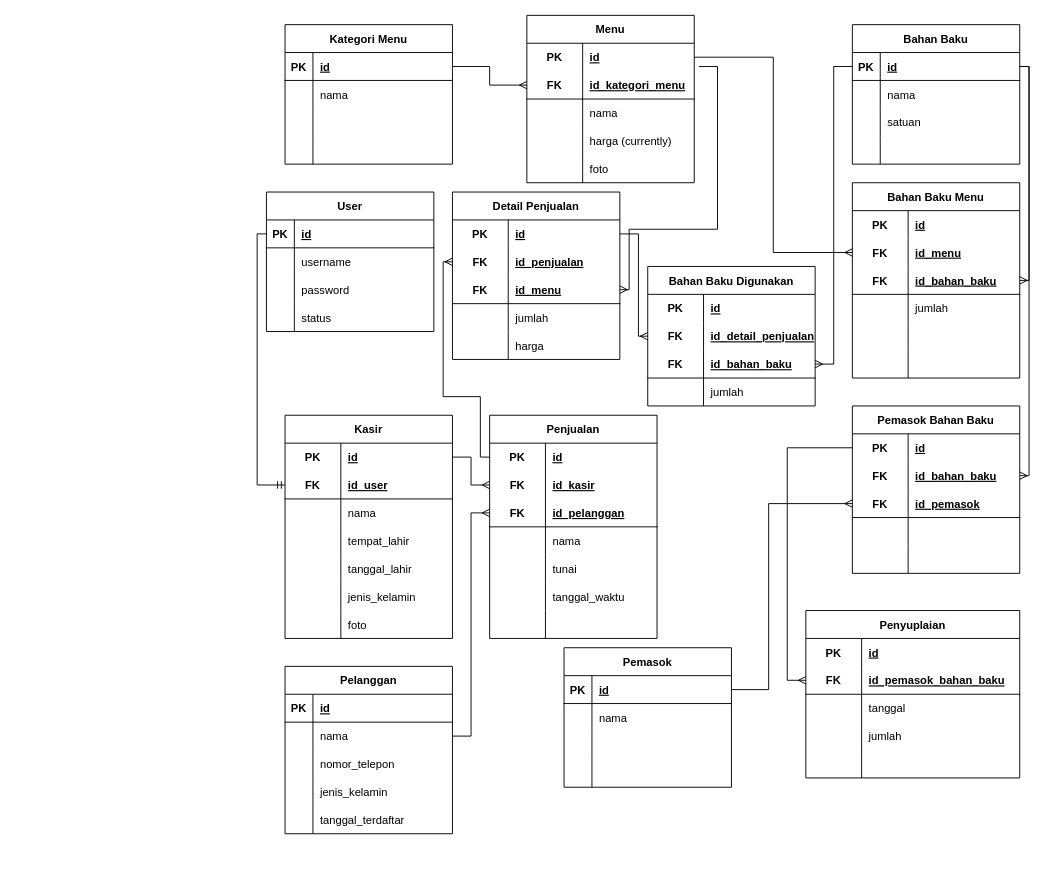
This is database/Database Schema.drawio from yafizh/Majelis-Kopi-PKL, a draw.io file, before an edit. Source tidied: cells renumbered, new cells numbered last; positions are measured from the earlier drawing's top-left corner, leaving out a move shared by most shapes. Both pictures are drawn from the tidied source at 93%, with x=0, y=0 at pixel (257, 15).
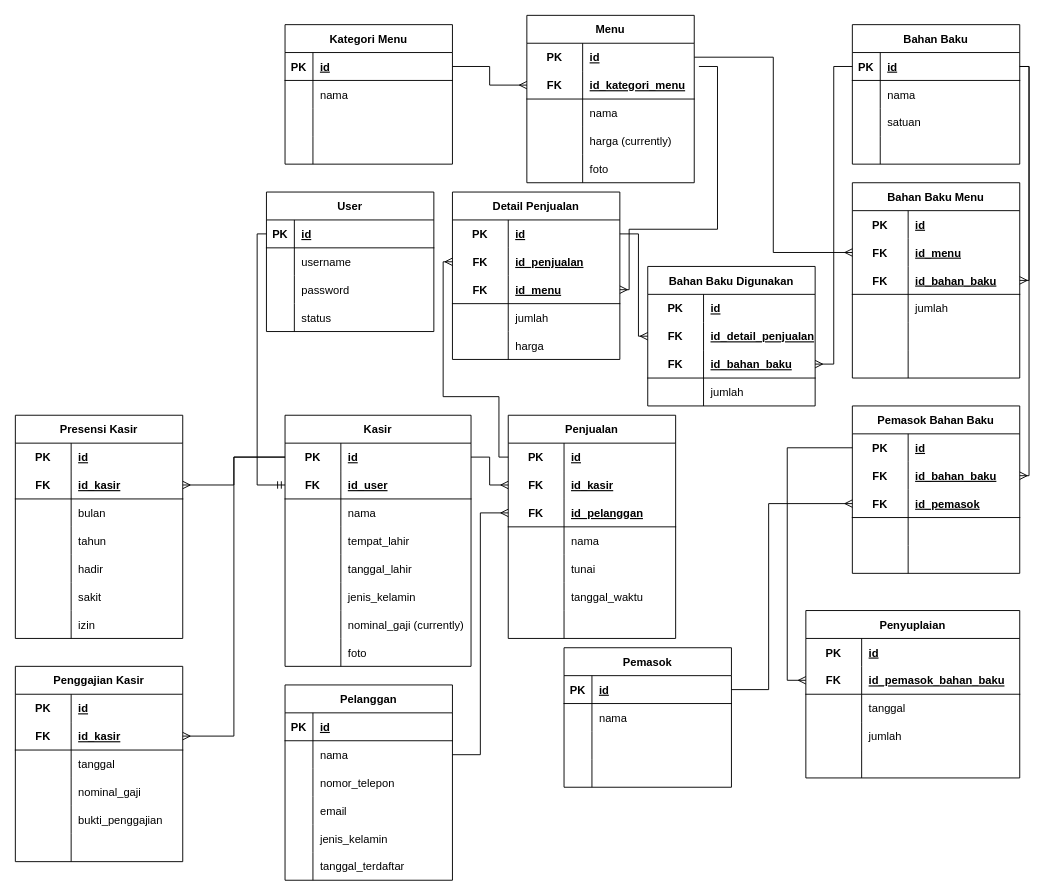
After the change.

Commit message (it also covers changes not shown here):
new database schema for thesis

Unchanged cells that the change refers to:
```xml
<mxCell id="67" style="shape=tableRow;horizontal=0;startSize=0;swimlaneHead=0;swimlaneBody=0;fillColor=none;points=[[0,0.5],[1,0.5]];portConstraint=eastwest;top=0;left=0;right=0;bottom=0;" parent="66" vertex="1">
  <mxGeometry y="30" width="180" height="30" as="geometry" />
</mxCell>
<mxCell id="178" style="shape=tableRow;horizontal=0;startSize=0;swimlaneHead=0;swimlaneBody=0;fillColor=none;points=[[0,0.5],[1,0.5]];portConstraint=eastwest;top=0;left=0;right=0;bottom=0;" parent="174" vertex="1">
  <mxGeometry y="60" width="180" height="30" as="geometry" />
</mxCell>
```

The edit, as a diff of the source:
```diff
@@
     <mxCell id="44" value="Kasir" style="shape=table;startSize=30;childLayout=tableLayout;rowLines=0;fontStyle=1;align=center;" parent="1" vertex="1">
-      <mxGeometry x="30" y="430" width="180" height="240" as="geometry" />
+      <mxGeometry x="30" y="430" width="200" height="270" as="geometry" />
     </mxCell>
     <mxCell id="45" style="shape=tableRow;horizontal=0;startSize=0;swimlaneHead=0;swimlaneBody=0;fillColor=none;points=[[0,0.5],[1,0.5]];portConstraint=eastwest;top=0;left=0;right=0;bottom=0;" parent="44" vertex="1">
-      <mxGeometry y="30" width="180" height="30" as="geometry" />
+      <mxGeometry y="30" width="200" height="30" as="geometry" />
     </mxCell>
@@
     <mxCell id="47" value="id" style="shape=partialRectangle;fillColor=none;top=0;left=0;bottom=0;right=0;align=left;spacingLeft=6;fontStyle=5;overflow=hidden;" parent="45" vertex="1">
-      <mxGeometry x="60" width="120" height="30" as="geometry" />
+      <mxGeometry x="60" width="140" height="30" as="geometry" />
     </mxCell>
     <mxCell id="48" style="shape=tableRow;horizontal=0;startSize=0;swimlaneHead=0;swimlaneBody=0;fillColor=none;points=[[0,0.5],[1,0.5]];portConstraint=eastwest;top=0;left=0;right=0;bottom=1;" parent="44" vertex="1">
-      <mxGeometry y="60" width="180" height="30" as="geometry" />
+      <mxGeometry y="60" width="200" height="30" as="geometry" />
     </mxCell>
@@
     <mxCell id="50" value="id_user" style="shape=partialRectangle;fillColor=none;top=0;left=0;bottom=0;right=0;align=left;spacingLeft=6;fontStyle=5;overflow=hidden;" parent="48" vertex="1">
-      <mxGeometry x="60" width="120" height="30" as="geometry" />
+      <mxGeometry x="60" width="140" height="30" as="geometry" />
     </mxCell>
     <mxCell id="51" style="shape=tableRow;horizontal=0;startSize=0;swimlaneHead=0;swimlaneBody=0;fillColor=none;top=0;left=0;right=0;bottom=0;" parent="44" vertex="1">
-      <mxGeometry y="90" width="180" height="30" as="geometry" />
+      <mxGeometry y="90" width="200" height="30" as="geometry" />
     </mxCell>
@@
     <mxCell id="53" value="nama" style="shape=partialRectangle;fillColor=none;top=0;left=0;bottom=0;right=0;align=left;spacingLeft=6;overflow=hidden;" parent="51" vertex="1">
-      <mxGeometry x="60" width="120" height="30" as="geometry" />
+      <mxGeometry x="60" width="140" height="30" as="geometry" />
     </mxCell>
     <mxCell id="54" style="shape=tableRow;horizontal=0;startSize=0;swimlaneHead=0;swimlaneBody=0;fillColor=none;top=0;left=0;right=0;bottom=0;" parent="44" vertex="1">
-      <mxGeometry y="120" width="180" height="30" as="geometry" />
+      <mxGeometry y="120" width="200" height="30" as="geometry" />
     </mxCell>
@@
     <mxCell id="56" value="tempat_lahir" style="shape=partialRectangle;fillColor=none;top=0;left=0;bottom=0;right=0;align=left;spacingLeft=6;overflow=hidden;" parent="54" vertex="1">
-      <mxGeometry x="60" width="120" height="30" as="geometry" />
+      <mxGeometry x="60" width="140" height="30" as="geometry" />
     </mxCell>
     <mxCell id="57" style="shape=tableRow;horizontal=0;startSize=0;swimlaneHead=0;swimlaneBody=0;fillColor=none;top=0;left=0;right=0;bottom=0;" parent="44" vertex="1">
-      <mxGeometry y="150" width="180" height="30" as="geometry" />
+      <mxGeometry y="150" width="200" height="30" as="geometry" />
     </mxCell>
@@
     <mxCell id="59" value="tanggal_lahir" style="shape=partialRectangle;fillColor=none;top=0;left=0;bottom=0;right=0;align=left;spacingLeft=6;overflow=hidden;" parent="57" vertex="1">
-      <mxGeometry x="60" width="120" height="30" as="geometry" />
+      <mxGeometry x="60" width="140" height="30" as="geometry" />
     </mxCell>
     <mxCell id="60" style="shape=tableRow;horizontal=0;startSize=0;swimlaneHead=0;swimlaneBody=0;fillColor=none;top=0;left=0;right=0;bottom=0;" parent="44" vertex="1">
-      <mxGeometry y="180" width="180" height="30" as="geometry" />
+      <mxGeometry y="180" width="200" height="30" as="geometry" />
     </mxCell>
@@
     <mxCell id="62" value="jenis_kelamin" style="shape=partialRectangle;fillColor=none;top=0;left=0;bottom=0;right=0;align=left;spacingLeft=6;overflow=hidden;" parent="60" vertex="1">
-      <mxGeometry x="60" width="120" height="30" as="geometry" />
+      <mxGeometry x="60" width="140" height="30" as="geometry" />
     </mxCell>
+    <mxCell id="223" style="shape=tableRow;horizontal=0;startSize=0;swimlaneHead=0;swimlaneBody=0;fillColor=none;top=0;left=0;right=0;bottom=0;" parent="44" vertex="1">
+      <mxGeometry y="210" width="200" height="30" as="geometry" />
+    </mxCell>
+    <mxCell id="224" style="shape=partialRectangle;fillColor=none;top=0;left=0;bottom=0;right=0;overflow=hidden;" parent="223" vertex="1">
+      <mxGeometry width="60" height="30" as="geometry" />
+    </mxCell>
+    <mxCell id="225" value="nominal_gaji (currently)" style="shape=partialRectangle;fillColor=none;top=0;left=0;bottom=0;right=0;align=left;spacingLeft=6;overflow=hidden;" parent="223" vertex="1">
+      <mxGeometry x="60" width="140" height="30" as="geometry" />
+    </mxCell>
     <mxCell id="63" style="shape=tableRow;horizontal=0;startSize=0;swimlaneHead=0;swimlaneBody=0;fillColor=none;top=0;left=0;right=0;bottom=0;" parent="44" vertex="1">
-      <mxGeometry y="210" width="180" height="30" as="geometry" />
+      <mxGeometry y="240" width="200" height="30" as="geometry" />
     </mxCell>
@@
     <mxCell id="65" value="foto" style="shape=partialRectangle;fillColor=none;top=0;left=0;bottom=0;right=0;align=left;spacingLeft=6;overflow=hidden;" parent="63" vertex="1">
-      <mxGeometry x="60" width="120" height="30" as="geometry" />
+      <mxGeometry x="60" width="140" height="30" as="geometry" />
     </mxCell>
     <mxCell id="66" value="Penjualan" style="shape=table;startSize=30;childLayout=tableLayout;rowLines=0;fontStyle=1;align=center;" parent="1" vertex="1">
-      <mxGeometry x="250" y="430" width="180" height="240" as="geometry" />
+      <mxGeometry x="270" y="430" width="180" height="240" as="geometry" />
     </mxCell>
@@
     <mxCell id="190" style="edgeStyle=orthogonalEdgeStyle;rounded=0;jettySize=auto;html=1;entryX=0;entryY=0.5;entryDx=0;entryDy=0;endArrow=ERmany;endFill=0;" parent="1" edge="1" source="67" target="178">
       <mxGeometry relative="1" as="geometry">
         <Array as="points">
-          <mxPoint x="240" y="475" />
-          <mxPoint x="240" y="410" />
+          <mxPoint x="260" y="475" />
+          <mxPoint x="260" y="410" />
           <mxPoint x="200" y="410" />
           <mxPoint x="200" y="265" />
         </Array>
       </mxGeometry>
     </mxCell>
@@
     <mxCell id="206" value="Pelanggan" style="shape=table;startSize=30;childLayout=tableLayout;rowLines=0;fontStyle=1;align=center;" parent="1" vertex="1">
-      <mxGeometry x="30" y="700" width="180" height="180" as="geometry" />
+      <mxGeometry x="30" y="720" width="180" height="210" as="geometry" />
     </mxCell>
@@
+    <mxCell id="226" style="shape=tableRow;horizontal=0;startSize=0;swimlaneHead=0;swimlaneBody=0;fillColor=none;top=0;left=0;right=0;bottom=0;" parent="206" vertex="1">
+      <mxGeometry y="120" width="180" height="30" as="geometry" />
+    </mxCell>
+    <mxCell id="227" style="shape=partialRectangle;fillColor=none;top=0;left=0;bottom=0;right=0;overflow=hidden;" parent="226" vertex="1">
+      <mxGeometry width="30" height="30" as="geometry" />
+    </mxCell>
+    <mxCell id="228" value="email" style="shape=partialRectangle;fillColor=none;top=0;left=0;bottom=0;right=0;align=left;spacingLeft=6;overflow=hidden;" parent="226" vertex="1">
+      <mxGeometry x="30" width="150" height="30" as="geometry" />
+    </mxCell>
     <mxCell id="216" style="shape=tableRow;horizontal=0;startSize=0;swimlaneHead=0;swimlaneBody=0;fillColor=none;top=0;left=0;right=0;bottom=0;" parent="206" vertex="1">
-      <mxGeometry y="120" width="180" height="30" as="geometry" />
+      <mxGeometry y="150" width="180" height="30" as="geometry" />
     </mxCell>
@@
     <mxCell id="219" style="shape=tableRow;horizontal=0;startSize=0;swimlaneHead=0;swimlaneBody=0;fillColor=none;top=0;left=0;right=0;bottom=0;" parent="206" vertex="1">
-      <mxGeometry y="150" width="180" height="30" as="geometry" />
+      <mxGeometry y="180" width="180" height="30" as="geometry" />
     </mxCell>
@@
+    <mxCell id="229" value="Presensi Kasir" style="shape=table;startSize=30;childLayout=tableLayout;rowLines=0;fontStyle=1;align=center;" parent="1" vertex="1">
+      <mxGeometry x="-260" y="430" width="180" height="240" as="geometry" />
+    </mxCell>
+    <mxCell id="230" style="shape=tableRow;horizontal=0;startSize=0;swimlaneHead=0;swimlaneBody=0;fillColor=none;top=0;left=0;right=0;bottom=0;" parent="229" vertex="1">
+      <mxGeometry y="30" width="180" height="30" as="geometry" />
+    </mxCell>
+    <mxCell id="231" value="PK" style="shape=partialRectangle;fillColor=none;top=0;left=0;bottom=0;right=0;fontStyle=1;overflow=hidden;" parent="230" vertex="1">
+      <mxGeometry width="60" height="30" as="geometry" />
+    </mxCell>
+    <mxCell id="232" value="id" style="shape=partialRectangle;fillColor=none;top=0;left=0;bottom=0;right=0;align=left;spacingLeft=6;fontStyle=5;overflow=hidden;" parent="230" vertex="1">
+      <mxGeometry x="60" width="120" height="30" as="geometry" />
+    </mxCell>
+    <mxCell id="233" style="shape=tableRow;horizontal=0;startSize=0;swimlaneHead=0;swimlaneBody=0;fillColor=none;points=[[0,0.5],[1,0.5]];portConstraint=eastwest;top=0;left=0;right=0;bottom=1;" parent="229" vertex="1">
+      <mxGeometry y="60" width="180" height="30" as="geometry" />
+    </mxCell>
+    <mxCell id="234" value="FK" style="shape=partialRectangle;fillColor=none;top=0;left=0;bottom=0;right=0;fontStyle=1;overflow=hidden;" parent="233" vertex="1">
+      <mxGeometry width="60" height="30" as="geometry" />
+    </mxCell>
+    <mxCell id="235" value="id_kasir" style="shape=partialRectangle;fillColor=none;top=0;left=0;bottom=0;right=0;align=left;spacingLeft=6;fontStyle=5;overflow=hidden;" parent="233" vertex="1">
+      <mxGeometry x="60" width="120" height="30" as="geometry" />
+    </mxCell>
+    <mxCell id="236" style="shape=tableRow;horizontal=0;startSize=0;swimlaneHead=0;swimlaneBody=0;fillColor=none;top=0;left=0;right=0;bottom=0;" parent="229" vertex="1">
+      <mxGeometry y="90" width="180" height="30" as="geometry" />
+    </mxCell>
+    <mxCell id="237" style="shape=partialRectangle;fillColor=none;top=0;left=0;bottom=0;right=0;overflow=hidden;" parent="236" vertex="1">
+      <mxGeometry width="60" height="30" as="geometry" />
+    </mxCell>
+    <mxCell id="238" value="bulan" style="shape=partialRectangle;fillColor=none;top=0;left=0;bottom=0;right=0;align=left;spacingLeft=6;overflow=hidden;" parent="236" vertex="1">
+      <mxGeometry x="60" width="120" height="30" as="geometry" />
+    </mxCell>
+    <mxCell id="239" style="shape=tableRow;horizontal=0;startSize=0;swimlaneHead=0;swimlaneBody=0;fillColor=none;top=0;left=0;right=0;bottom=0;" parent="229" vertex="1">
+      <mxGeometry y="120" width="180" height="30" as="geometry" />
+    </mxCell>
+    <mxCell id="240" style="shape=partialRectangle;fillColor=none;top=0;left=0;bottom=0;right=0;overflow=hidden;" parent="239" vertex="1">
+      <mxGeometry width="60" height="30" as="geometry" />
+    </mxCell>
+    <mxCell id="241" value="tahun" style="shape=partialRectangle;fillColor=none;top=0;left=0;bottom=0;right=0;align=left;spacingLeft=6;overflow=hidden;" parent="239" vertex="1">
+      <mxGeometry x="60" width="120" height="30" as="geometry" />
+    </mxCell>
+    <mxCell id="242" style="shape=tableRow;horizontal=0;startSize=0;swimlaneHead=0;swimlaneBody=0;fillColor=none;top=0;left=0;right=0;bottom=0;" parent="229" vertex="1">
+      <mxGeometry y="150" width="180" height="30" as="geometry" />
+    </mxCell>
+    <mxCell id="243" style="shape=partialRectangle;fillColor=none;top=0;left=0;bottom=0;right=0;overflow=hidden;" parent="242" vertex="1">
+      <mxGeometry width="60" height="30" as="geometry" />
+    </mxCell>
+    <mxCell id="244" value="hadir" style="shape=partialRectangle;fillColor=none;top=0;left=0;bottom=0;right=0;align=left;spacingLeft=6;overflow=hidden;" parent="242" vertex="1">
+      <mxGeometry x="60" width="120" height="30" as="geometry" />
+    </mxCell>
+    <mxCell id="245" style="shape=tableRow;horizontal=0;startSize=0;swimlaneHead=0;swimlaneBody=0;fillColor=none;top=0;left=0;right=0;bottom=0;" parent="229" vertex="1">
+      <mxGeometry y="180" width="180" height="30" as="geometry" />
+    </mxCell>
+    <mxCell id="246" style="shape=partialRectangle;fillColor=none;top=0;left=0;bottom=0;right=0;overflow=hidden;" parent="245" vertex="1">
+      <mxGeometry width="60" height="30" as="geometry" />
+    </mxCell>
+    <mxCell id="247" value="sakit" style="shape=partialRectangle;fillColor=none;top=0;left=0;bottom=0;right=0;align=left;spacingLeft=6;overflow=hidden;" parent="245" vertex="1">
+      <mxGeometry x="60" width="120" height="30" as="geometry" />
+    </mxCell>
+    <mxCell id="248" style="shape=tableRow;horizontal=0;startSize=0;swimlaneHead=0;swimlaneBody=0;fillColor=none;top=0;left=0;right=0;bottom=0;" parent="229" vertex="1">
+      <mxGeometry y="210" width="180" height="30" as="geometry" />
+    </mxCell>
+    <mxCell id="249" style="shape=partialRectangle;fillColor=none;top=0;left=0;bottom=0;right=0;overflow=hidden;" parent="248" vertex="1">
+      <mxGeometry width="60" height="30" as="geometry" />
+    </mxCell>
+    <mxCell id="250" value="izin" style="shape=partialRectangle;fillColor=none;top=0;left=0;bottom=0;right=0;align=left;spacingLeft=6;overflow=hidden;" parent="248" vertex="1">
+      <mxGeometry x="60" width="120" height="30" as="geometry" />
+    </mxCell>
+    <mxCell id="251" style="edgeStyle=orthogonalEdgeStyle;rounded=0;jettySize=auto;html=1;entryX=1;entryY=0.5;entryDx=0;entryDy=0;endArrow=ERmany;endFill=0;" parent="1" edge="1" source="45" target="233">
+      <mxGeometry relative="1" as="geometry" />
+    </mxCell>
+    <mxCell id="252" value="Penggajian Kasir" style="shape=table;startSize=30;childLayout=tableLayout;rowLines=0;fontStyle=1;align=center;" parent="1" vertex="1">
+      <mxGeometry x="-260" y="700" width="180" height="210" as="geometry" />
+    </mxCell>
+    <mxCell id="253" style="shape=tableRow;horizontal=0;startSize=0;swimlaneHead=0;swimlaneBody=0;fillColor=none;top=0;left=0;right=0;bottom=0;" parent="252" vertex="1">
+      <mxGeometry y="30" width="180" height="30" as="geometry" />
+    </mxCell>
+    <mxCell id="254" value="PK" style="shape=partialRectangle;fillColor=none;top=0;left=0;bottom=0;right=0;fontStyle=1;overflow=hidden;" parent="253" vertex="1">
+      <mxGeometry width="60" height="30" as="geometry" />
+    </mxCell>
+    <mxCell id="255" value="id" style="shape=partialRectangle;fillColor=none;top=0;left=0;bottom=0;right=0;align=left;spacingLeft=6;fontStyle=5;overflow=hidden;" parent="253" vertex="1">
+      <mxGeometry x="60" width="120" height="30" as="geometry" />
+    </mxCell>
+    <mxCell id="256" style="shape=tableRow;horizontal=0;startSize=0;swimlaneHead=0;swimlaneBody=0;fillColor=none;points=[[0,0.5],[1,0.5]];portConstraint=eastwest;top=0;left=0;right=0;bottom=1;" parent="252" vertex="1">
+      <mxGeometry y="60" width="180" height="30" as="geometry" />
+    </mxCell>
+    <mxCell id="257" value="FK" style="shape=partialRectangle;fillColor=none;top=0;left=0;bottom=0;right=0;fontStyle=1;overflow=hidden;" parent="256" vertex="1">
+      <mxGeometry width="60" height="30" as="geometry" />
+    </mxCell>
+    <mxCell id="258" value="id_kasir" style="shape=partialRectangle;fillColor=none;top=0;left=0;bottom=0;right=0;align=left;spacingLeft=6;fontStyle=5;overflow=hidden;" parent="256" vertex="1">
+      <mxGeometry x="60" width="120" height="30" as="geometry" />
+    </mxCell>
+    <mxCell id="259" style="shape=tableRow;horizontal=0;startSize=0;swimlaneHead=0;swimlaneBody=0;fillColor=none;top=0;left=0;right=0;bottom=0;" parent="252" vertex="1">
+      <mxGeometry y="90" width="180" height="30" as="geometry" />
+    </mxCell>
+    <mxCell id="260" style="shape=partialRectangle;fillColor=none;top=0;left=0;bottom=0;right=0;overflow=hidden;" parent="259" vertex="1">
+      <mxGeometry width="60" height="30" as="geometry" />
+    </mxCell>
+    <mxCell id="261" value="tanggal" style="shape=partialRectangle;fillColor=none;top=0;left=0;bottom=0;right=0;align=left;spacingLeft=6;overflow=hidden;" parent="259" vertex="1">
+      <mxGeometry x="60" width="120" height="30" as="geometry" />
+    </mxCell>
+    <mxCell id="262" style="shape=tableRow;horizontal=0;startSize=0;swimlaneHead=0;swimlaneBody=0;fillColor=none;top=0;left=0;right=0;bottom=0;" parent="252" vertex="1">
+      <mxGeometry y="120" width="180" height="30" as="geometry" />
+    </mxCell>
+    <mxCell id="263" style="shape=partialRectangle;fillColor=none;top=0;left=0;bottom=0;right=0;overflow=hidden;" parent="262" vertex="1">
+      <mxGeometry width="60" height="30" as="geometry" />
+    </mxCell>
+    <mxCell id="264" value="nominal_gaji" style="shape=partialRectangle;fillColor=none;top=0;left=0;bottom=0;right=0;align=left;spacingLeft=6;overflow=hidden;" parent="262" vertex="1">
+      <mxGeometry x="60" width="120" height="30" as="geometry" />
+    </mxCell>
+    <mxCell id="265" style="shape=tableRow;horizontal=0;startSize=0;swimlaneHead=0;swimlaneBody=0;fillColor=none;top=0;left=0;right=0;bottom=0;" parent="252" vertex="1">
+      <mxGeometry y="150" width="180" height="30" as="geometry" />
+    </mxCell>
+    <mxCell id="266" style="shape=partialRectangle;fillColor=none;top=0;left=0;bottom=0;right=0;overflow=hidden;" parent="265" vertex="1">
+      <mxGeometry width="60" height="30" as="geometry" />
+    </mxCell>
+    <mxCell id="267" value="bukti_penggajian" style="shape=partialRectangle;fillColor=none;top=0;left=0;bottom=0;right=0;align=left;spacingLeft=6;overflow=hidden;" parent="265" vertex="1">
+      <mxGeometry x="60" width="120" height="30" as="geometry" />
+    </mxCell>
+    <mxCell id="268" style="shape=tableRow;horizontal=0;startSize=0;swimlaneHead=0;swimlaneBody=0;fillColor=none;top=0;left=0;right=0;bottom=0;" parent="252" vertex="1">
+      <mxGeometry y="180" width="180" height="30" as="geometry" />
+    </mxCell>
+    <mxCell id="269" style="shape=partialRectangle;fillColor=none;top=0;left=0;bottom=0;right=0;overflow=hidden;" parent="268" vertex="1">
+      <mxGeometry width="60" height="30" as="geometry" />
+    </mxCell>
+    <mxCell id="270" style="shape=partialRectangle;fillColor=none;top=0;left=0;bottom=0;right=0;align=left;spacingLeft=6;overflow=hidden;" parent="268" vertex="1">
+      <mxGeometry x="60" width="120" height="30" as="geometry" />
+    </mxCell>
+    <mxCell id="271" style="edgeStyle=orthogonalEdgeStyle;rounded=0;jettySize=auto;html=1;entryX=1;entryY=0.5;entryDx=0;entryDy=0;endArrow=ERmany;endFill=0;" parent="1" edge="1" source="45" target="256">
+      <mxGeometry relative="1" as="geometry" />
+    </mxCell>
```
